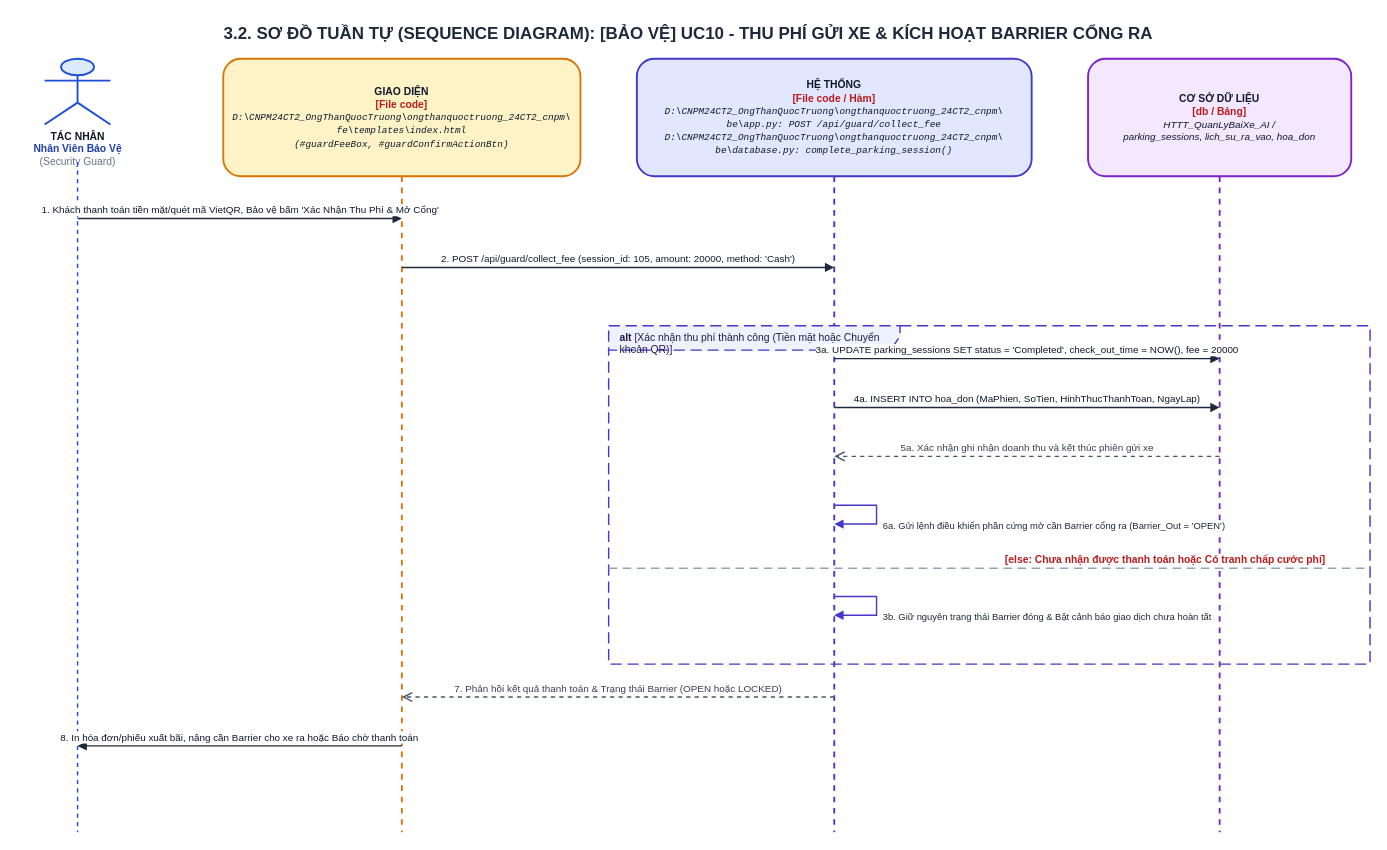
Truong027/CNPM24 keeps this draw.io diagram as ongthanquoctruong_24CT2_cnpm/docs/drawio/uc10_guard_collect_fee_barrier.drawio. Above is the earlier version. Source tidied: cells renumbered, new cells numbered last; positions are measured from the earlier drawing's top-left corner, leaving out a move shared by most shapes. Both pictures are drawn from the tidied source at 94%, with x=0, y=0 at pixel (16, 16).
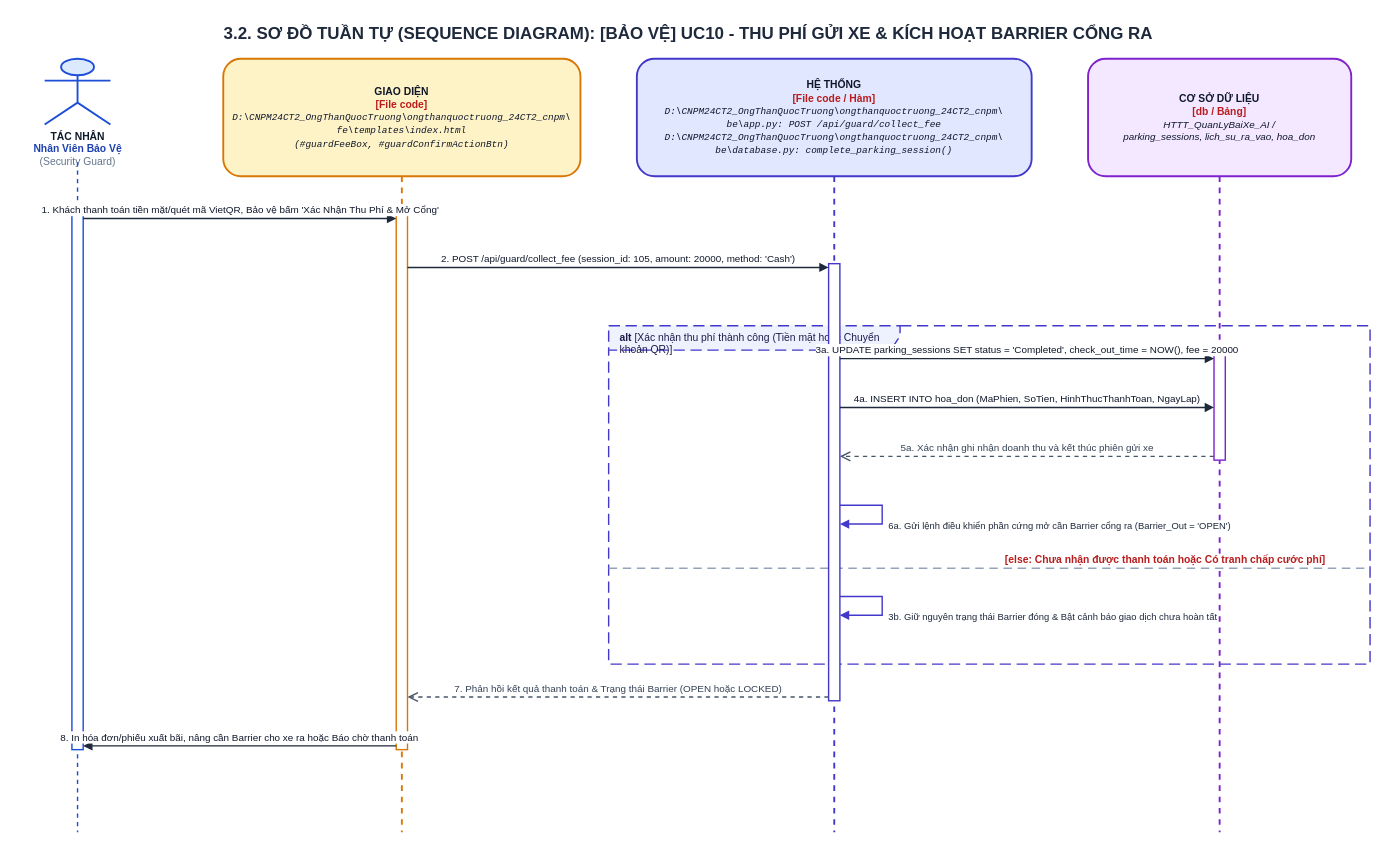
Above is the later version.

Change to the diagram source:
```diff
@@
+    <mxCell id="10" value="&lt;b&gt;alt&lt;/b&gt; [Xác nhận thu phí thành công (Tiền mặt hoặc Chuyển khoản QR)]" style="shape=umlFrame;whiteSpace=wrap;html=1;width=310;height=26;dashed=1;dashPattern=8 4;strokeColor=#4338CA;fillColor=#EEF2FF;strokeWidth=1.5;align=left;spacingLeft=10;verticalAlign=top;fontStyle=0;fontSize=11;fontColor=#1E1B4B;" parent="1" vertex="1">
+      <mxGeometry x="630" y="329" width="810" height="360" as="geometry" />
+    </mxCell>
+    <mxCell id="15" value="&lt;b&gt;[else: Chưa nhận được thanh toán hoặc Có tranh chấp cước phí]&lt;/b&gt;" style="html=1;strokeWidth=1.5;strokeColor=#94A3B8;dashed=1;dashPattern=6 4;endArrow=none;align=left;verticalAlign=bottom;spacingLeft=15;fontColor=#B91C1C;fontSize=11;fontStyle=0;" parent="1" edge="1">
+      <mxGeometry relative="1" as="geometry">
+        <mxPoint x="630" y="587" as="sourcePoint" />
+        <mxPoint x="1440" y="587" as="targetPoint" />
+      </mxGeometry>
+    </mxCell>
+    <mxCell id="19" style="html=1;perimeter=orthogonalPerimeter;targetShapes=umlLifeline;topToBottom=1;fillColor=#FFFFFF;strokeColor=#1D4ED8;strokeWidth=1.5;rounded=0;" parent="1" vertex="1">
+      <mxGeometry x="59" y="211" width="12" height="569" as="geometry" />
+    </mxCell>
+    <mxCell id="20" style="html=1;perimeter=orthogonalPerimeter;targetShapes=umlLifeline;topToBottom=1;fillColor=#FFFFFF;strokeColor=#D97706;strokeWidth=1.5;rounded=0;" parent="1" vertex="1">
+      <mxGeometry x="404" y="211" width="12" height="569" as="geometry" />
+    </mxCell>
+    <mxCell id="21" style="html=1;perimeter=orthogonalPerimeter;targetShapes=umlLifeline;topToBottom=1;fillColor=#FFFFFF;strokeColor=#4338CA;strokeWidth=1.5;rounded=0;" parent="1" vertex="1">
+      <mxGeometry x="864" y="263" width="12" height="465" as="geometry" />
+    </mxCell>
+    <mxCell id="22" style="html=1;perimeter=orthogonalPerimeter;targetShapes=umlLifeline;topToBottom=1;fillColor=#FFFFFF;strokeColor=#7E22CE;strokeWidth=1.5;rounded=0;" parent="1" vertex="1">
+      <mxGeometry x="1274" y="360" width="12" height="112" as="geometry" />
+    </mxCell>
     <mxCell id="8" value="1. Khách thanh toán tiền mặt/quét mã VietQR, Bảo vệ bấm 'Xác Nhận Thu Phí &amp; Mở Cổng'" style="html=1;verticalAlign=bottom;endArrow=block;rounded=0;strokeColor=#1E293B;strokeWidth=1.5;fontColor=#0F172A;fontSize=10.5;" parent="1" edge="1">
       <mxGeometry relative="1" as="geometry">
-        <mxPoint x="65" y="215" as="sourcePoint" />
-        <mxPoint x="410" y="215" as="targetPoint" />
+        <mxPoint x="71" y="215" as="sourcePoint" />
+        <mxPoint x="404" y="215" as="targetPoint" />
       </mxGeometry>
     </mxCell>
     <mxCell id="9" value="2. POST /api/guard/collect_fee (session_id: 105, amount: 20000, method: 'Cash')" style="html=1;verticalAlign=bottom;endArrow=block;rounded=0;strokeColor=#1E293B;strokeWidth=1.5;fontColor=#0F172A;fontSize=10.5;" parent="1" edge="1">
       <mxGeometry relative="1" as="geometry">
-        <mxPoint x="410" y="267" as="sourcePoint" />
-        <mxPoint x="870" y="267" as="targetPoint" />
+        <mxPoint x="416" y="267" as="sourcePoint" />
+        <mxPoint x="864" y="267" as="targetPoint" />
       </mxGeometry>
     </mxCell>
-    <mxCell id="10" value="&lt;b&gt;alt&lt;/b&gt; [Xác nhận thu phí thành công (Tiền mặt hoặc Chuyển khoản QR)]" style="shape=umlFrame;whiteSpace=wrap;html=1;width=310;height=26;dashed=1;dashPattern=8 4;strokeColor=#4338CA;fillColor=#EEF2FF;strokeWidth=1.5;align=left;spacingLeft=10;verticalAlign=top;fontStyle=0;fontSize=11;fontColor=#1E1B4B;" parent="1" vertex="1">
-      <mxGeometry x="630" y="329" width="810" height="360" as="geometry" />
-    </mxCell>
     <mxCell id="11" value="3a. UPDATE parking_sessions SET status = 'Completed', check_out_time = NOW(), fee = 20000" style="html=1;verticalAlign=bottom;endArrow=block;rounded=0;strokeColor=#1E293B;strokeWidth=1.5;fontColor=#0F172A;fontSize=10.5;" parent="1" edge="1">
       <mxGeometry relative="1" as="geometry">
-        <mxPoint x="870" y="364" as="sourcePoint" />
-        <mxPoint x="1280" y="364" as="targetPoint" />
+        <mxPoint x="876" y="364" as="sourcePoint" />
+        <mxPoint x="1274" y="364" as="targetPoint" />
       </mxGeometry>
     </mxCell>
     <mxCell id="12" value="4a. INSERT INTO hoa_don (MaPhien, SoTien, HinhThucThanhToan, NgayLap)" style="html=1;verticalAlign=bottom;endArrow=block;rounded=0;strokeColor=#1E293B;strokeWidth=1.5;fontColor=#0F172A;fontSize=10.5;" parent="1" edge="1">
       <mxGeometry relative="1" as="geometry">
-        <mxPoint x="870" y="416" as="sourcePoint" />
-        <mxPoint x="1280" y="416" as="targetPoint" />
+        <mxPoint x="876" y="416" as="sourcePoint" />
+        <mxPoint x="1274" y="416" as="targetPoint" />
       </mxGeometry>
     </mxCell>
     <mxCell id="13" value="5a. Xác nhận ghi nhận doanh thu và kết thúc phiên gửi xe" style="html=1;verticalAlign=bottom;endArrow=open;dashed=1;endSize=8;rounded=0;strokeColor=#475569;strokeWidth=1.5;fontColor=#334155;fontSize=10.5;" parent="1" edge="1">
       <mxGeometry relative="1" as="geometry">
-        <mxPoint x="1280" y="468" as="sourcePoint" />
-        <mxPoint x="870" y="468" as="targetPoint" />
+        <mxPoint x="1274" y="468" as="sourcePoint" />
+        <mxPoint x="876" y="468" as="targetPoint" />
       </mxGeometry>
     </mxCell>
     <mxCell id="14" value="6a. Gửi lệnh điều khiển phần cứng mở cần Barrier cổng ra (Barrier_Out = 'OPEN')" style="html=1;align=left;spacingLeft=5;verticalAlign=top;endArrow=block;rounded=0;edgeStyle=orthogonalEdgeStyle;curved=0;strokeColor=#4338CA;strokeWidth=1.5;fontColor=#1E293B;fontSize=10;" parent="1" edge="1">
       <mxGeometry relative="1" as="geometry">
-        <mxPoint x="870" y="520" as="sourcePoint" />
-        <mxPoint x="870" y="540" as="targetPoint" />
+        <mxPoint x="876" y="520" as="sourcePoint" />
+        <mxPoint x="876" y="540" as="targetPoint" />
         <Array as="points">
-          <mxPoint x="915" y="520" />
-          <mxPoint x="915" y="540" />
+          <mxPoint x="921" y="520" />
+          <mxPoint x="921" y="540" />
         </Array>
       </mxGeometry>
     </mxCell>
-    <mxCell id="15" value="&lt;b&gt;[else: Chưa nhận được thanh toán hoặc Có tranh chấp cước phí]&lt;/b&gt;" style="html=1;strokeWidth=1.5;strokeColor=#94A3B8;dashed=1;dashPattern=6 4;endArrow=none;align=left;verticalAlign=bottom;spacingLeft=15;fontColor=#B91C1C;fontSize=11;fontStyle=0;" parent="1" edge="1">
-      <mxGeometry relative="1" as="geometry">
-        <mxPoint x="630" y="587" as="sourcePoint" />
-        <mxPoint x="1440" y="587" as="targetPoint" />
-      </mxGeometry>
-    </mxCell>
     <mxCell id="16" value="3b. Giữ nguyên trạng thái Barrier đóng &amp; Bật cảnh báo giao dịch chưa hoàn tất" style="html=1;align=left;spacingLeft=5;verticalAlign=top;endArrow=block;rounded=0;edgeStyle=orthogonalEdgeStyle;curved=0;strokeColor=#4338CA;strokeWidth=1.5;fontColor=#1E293B;fontSize=10;" parent="1" edge="1">
       <mxGeometry relative="1" as="geometry">
-        <mxPoint x="870" y="617" as="sourcePoint" />
-        <mxPoint x="870" y="637" as="targetPoint" />
+        <mxPoint x="876" y="617" as="sourcePoint" />
+        <mxPoint x="876" y="637" as="targetPoint" />
         <Array as="points">
-          <mxPoint x="915" y="617" />
-          <mxPoint x="915" y="637" />
+          <mxPoint x="921" y="617" />
+          <mxPoint x="921" y="637" />
         </Array>
       </mxGeometry>
     </mxCell>
     <mxCell id="17" value="7. Phản hồi kết quả thanh toán &amp; Trạng thái Barrier (OPEN hoặc LOCKED)" style="html=1;verticalAlign=bottom;endArrow=open;dashed=1;endSize=8;rounded=0;strokeColor=#475569;strokeWidth=1.5;fontColor=#334155;fontSize=10.5;" parent="1" edge="1">
       <mxGeometry relative="1" as="geometry">
-        <mxPoint x="870" y="724" as="sourcePoint" />
-        <mxPoint x="410" y="724" as="targetPoint" />
+        <mxPoint x="864" y="724" as="sourcePoint" />
+        <mxPoint x="416" y="724" as="targetPoint" />
       </mxGeometry>
     </mxCell>
     <mxCell id="18" value="8. In hóa đơn/phiếu xuất bãi, nâng cần Barrier cho xe ra hoặc Báo chờ thanh toán" style="html=1;verticalAlign=bottom;endArrow=block;rounded=0;strokeColor=#1E293B;strokeWidth=1.5;fontColor=#0F172A;fontSize=10.5;" parent="1" edge="1">
       <mxGeometry relative="1" as="geometry">
-        <mxPoint x="410" y="776" as="sourcePoint" />
-        <mxPoint x="65" y="776" as="targetPoint" />
+        <mxPoint x="404" y="776" as="sourcePoint" />
+        <mxPoint x="71" y="776" as="targetPoint" />
       </mxGeometry>
     </mxCell>
```
